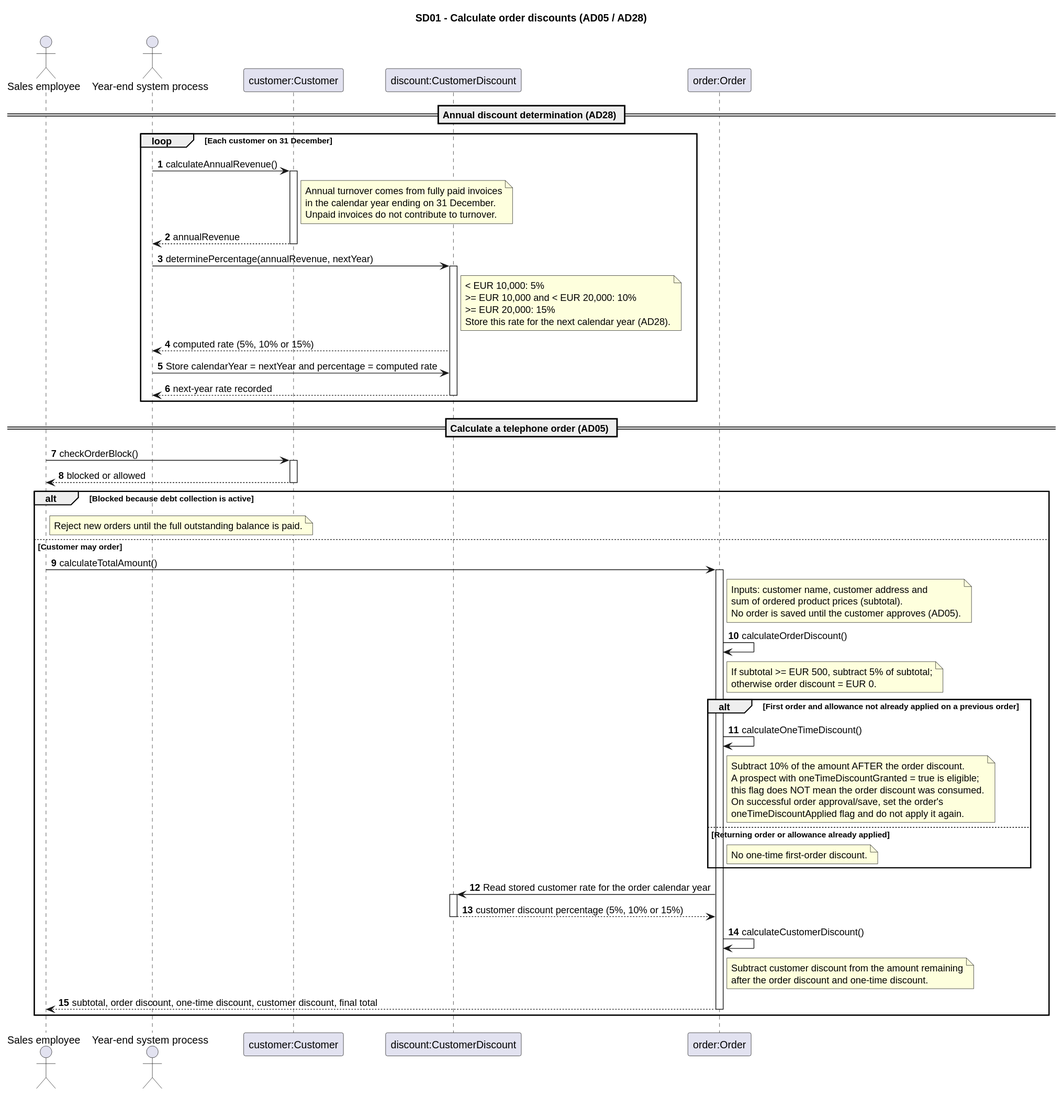
This is Documentation/Architecture/uml/export/sequence_diagrams/SD01_Klantenkorting.svg from ViktorQorri/Project-Timaflu, a PlantUML export, as it was before one commit.
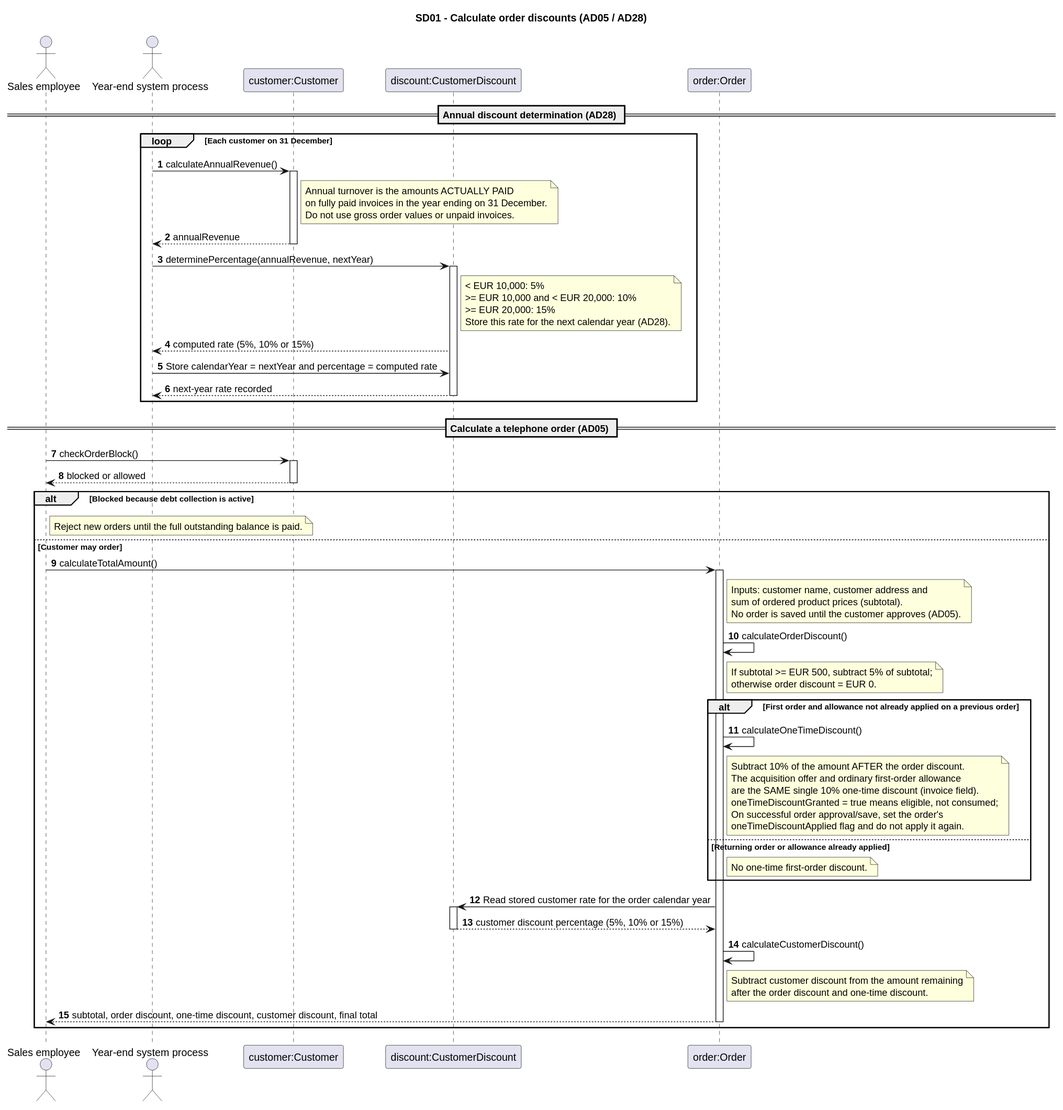
Later version of the same file.

The edit, as a diff of the source:
```diff
@@ -13,9 +13,9 @@
   YearEnd -> Customer: calculateAnnualRevenue()
   activate Customer
   note right of Customer
-    Annual turnover comes from fully paid invoices
-    in the calendar year ending on 31 December.
-    Unpaid invoices do not contribute to turnover.
+    Annual turnover is the amounts ACTUALLY PAID
+    on fully paid invoices in the year ending on 31 December.
+    Do not use gross order values or unpaid invoices.
   end note
   Customer --> YearEnd: annualRevenue
   deactivate Customer
@@ -57,8 +57,9 @@
     Order -> Order: calculateOneTimeDiscount()
     note right of Order
       Subtract 10% of the amount AFTER the order discount.
-      A prospect with oneTimeDiscountGranted = true is eligible;
-      this flag does NOT mean the order discount was consumed.
+      The acquisition offer and ordinary first-order allowance
+      are the SAME single 10% one-time discount (invoice field).
+      oneTimeDiscountGranted = true means eligible, not consumed;
       On successful order approval/save, set the order's
       oneTimeDiscountApplied flag and do not apply it again.
     end note
```
